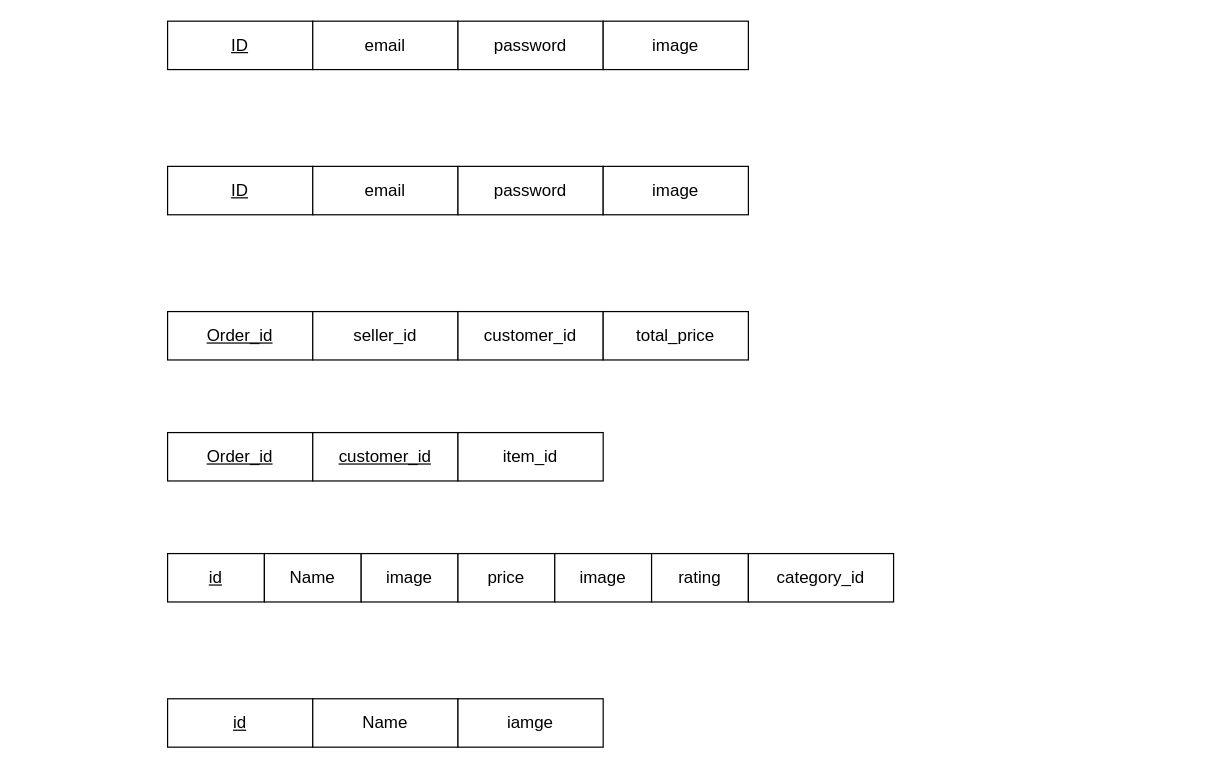
Before: Diagrams/Mapping.drawio in DiaaAhmedHassan/aswak, a draw.io diagram. Source tidied: cells renumbered, new cells numbered last; positions are measured from the earlier drawing's top-left corner, leaving out a move shared by most shapes. Both pictures are drawn from the tidied source at 121%, with x=0, y=0 at pixel (167, 21).
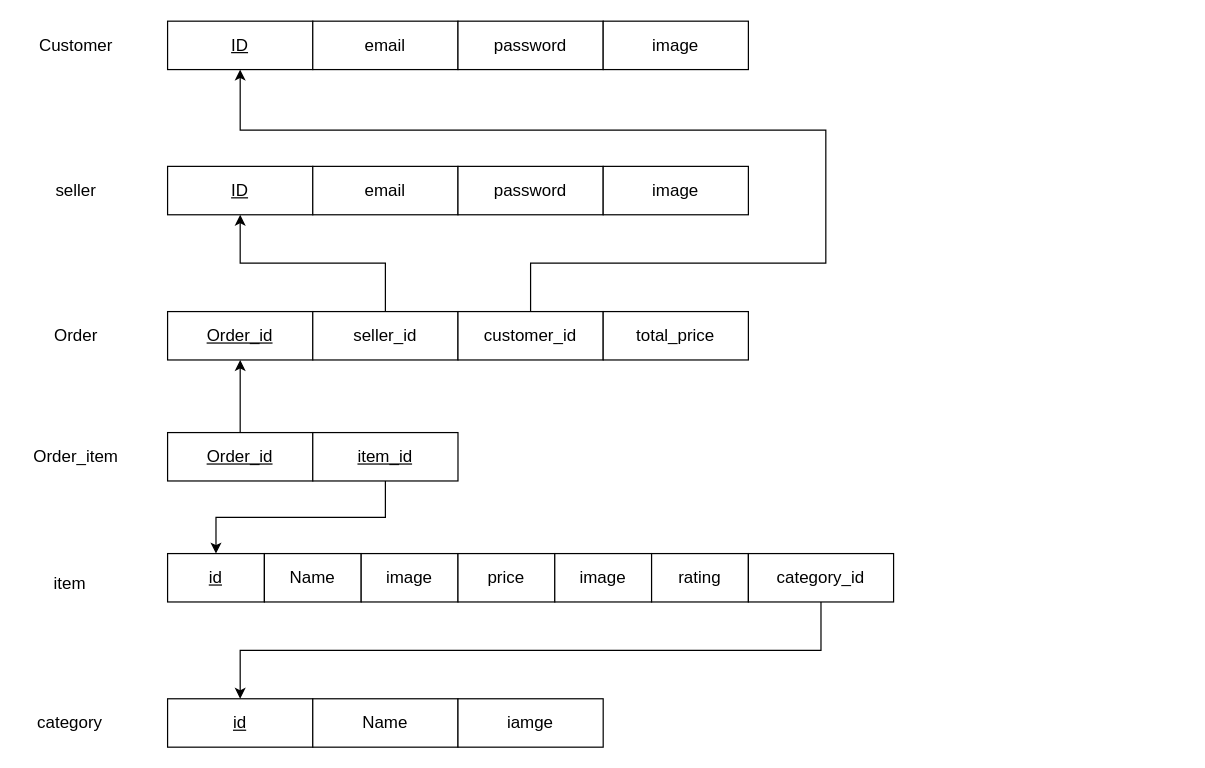
The same page after the edit.

The change refers to these unchanged cells:
```xml
<mxCell id="3" value="&lt;font style=&quot;font-size: 14px;&quot;&gt;&lt;u&gt;ID&lt;/u&gt;&lt;/font&gt;" style="rounded=0;whiteSpace=wrap;html=1;fontFamily=Helvetica;fontSize=11;fontColor=default;" parent="2" vertex="1">
  <mxGeometry width="120" height="40" as="geometry" />
</mxCell>
<mxCell id="8" value="&lt;font style=&quot;font-size: 14px;&quot;&gt;&lt;u&gt;ID&lt;/u&gt;&lt;/font&gt;" style="rounded=0;whiteSpace=wrap;html=1;fontFamily=Helvetica;fontSize=11;fontColor=default;" parent="7" vertex="1">
  <mxGeometry width="120" height="40" as="geometry" />
</mxCell>
<mxCell id="13" value="&lt;font style=&quot;font-size: 14px;&quot;&gt;&lt;u&gt;Order_id&lt;/u&gt;&lt;/font&gt;" style="rounded=0;whiteSpace=wrap;html=1;fontFamily=Helvetica;fontSize=11;fontColor=default;" parent="12" vertex="1">
  <mxGeometry width="120" height="40" as="geometry" />
</mxCell>
<mxCell id="14" value="&lt;span style=&quot;font-size: 14px;&quot;&gt;seller_id&lt;/span&gt;" style="rounded=0;whiteSpace=wrap;html=1;fontFamily=Helvetica;fontSize=11;fontColor=default;" parent="12" vertex="1">
  <mxGeometry x="120" width="120" height="40" as="geometry" />
</mxCell>
<mxCell id="15" value="&lt;font style=&quot;font-size: 14px;&quot;&gt;customer_id&lt;/font&gt;" style="rounded=0;whiteSpace=wrap;html=1;fontFamily=Helvetica;fontSize=11;fontColor=default;" parent="12" vertex="1">
  <mxGeometry x="240" width="120" height="40" as="geometry" />
</mxCell>
<mxCell id="18" value="&lt;font style=&quot;font-size: 14px;&quot;&gt;&lt;u&gt;id&lt;/u&gt;&lt;/font&gt;" style="rounded=0;whiteSpace=wrap;html=1;fontFamily=Helvetica;fontSize=11;fontColor=default;" parent="17" vertex="1">
  <mxGeometry width="120" height="40" as="geometry" />
</mxCell>
<mxCell id="24" value="&lt;font style=&quot;font-size: 14px;&quot;&gt;&lt;u&gt;id&lt;/u&gt;&lt;/font&gt;" style="rounded=0;whiteSpace=wrap;html=1;fontFamily=Helvetica;fontSize=11;fontColor=default;" parent="23" vertex="1">
  <mxGeometry width="80" height="40" as="geometry" />
</mxCell>
<mxCell id="30" value="&lt;span style=&quot;font-size: 14px;&quot;&gt;category_id&lt;/span&gt;" style="rounded=0;whiteSpace=wrap;html=1;fontFamily=Helvetica;fontSize=11;fontColor=default;" parent="22" vertex="1">
  <mxGeometry x="480" y="80" width="120" height="40" as="geometry" />
</mxCell>
<mxCell id="31" value="&lt;font style=&quot;font-size: 14px;&quot;&gt;&lt;u&gt;Order_id&lt;/u&gt;&lt;/font&gt;" style="rounded=0;whiteSpace=wrap;html=1;fontFamily=Helvetica;fontSize=11;fontColor=default;" parent="1" vertex="1">
  <mxGeometry y="340" width="120" height="40" as="geometry" />
</mxCell>
```

The edit, as a diff of the source:
```diff
@@
+    <mxCell id="34" style="edgeStyle=orthogonalEdgeStyle;rounded=0;jettySize=auto;html=1;exitX=0.5;exitY=0;exitDx=0;exitDy=0;entryX=0.5;entryY=1;entryDx=0;entryDy=0;" parent="1" edge="1" source="31" target="13">
+      <mxGeometry relative="1" as="geometry" />
+    </mxCell>
@@
-    <mxCell id="32" value="&lt;span style=&quot;font-size: 14px;&quot;&gt;&lt;u&gt;customer_id&lt;/u&gt;&lt;/span&gt;" style="rounded=0;whiteSpace=wrap;html=1;fontFamily=Helvetica;fontSize=11;fontColor=default;" parent="1" vertex="1">
-      <mxGeometry x="120" y="340" width="120" height="40" as="geometry" />
-    </mxCell>
+    <mxCell id="35" style="edgeStyle=orthogonalEdgeStyle;rounded=0;jettySize=auto;html=1;exitX=0.5;exitY=1;exitDx=0;exitDy=0;entryX=0.5;entryY=0;entryDx=0;entryDy=0;" parent="1" edge="1" source="33" target="24">
+      <mxGeometry relative="1" as="geometry" />
+    </mxCell>
-    <mxCell id="33" value="&lt;font style=&quot;font-size: 14px;&quot;&gt;item_id&lt;/font&gt;" style="rounded=0;whiteSpace=wrap;html=1;fontFamily=Helvetica;fontSize=11;fontColor=default;" parent="1" vertex="1">
-      <mxGeometry x="240" y="340" width="120" height="40" as="geometry" />
+    <mxCell id="33" value="&lt;font style=&quot;font-size: 14px;&quot;&gt;&lt;u&gt;item_id&lt;/u&gt;&lt;/font&gt;" style="rounded=0;whiteSpace=wrap;html=1;fontFamily=Helvetica;fontSize=11;fontColor=default;" parent="1" vertex="1">
+      <mxGeometry x="120" y="340" width="120" height="40" as="geometry" />
     </mxCell>
+    <mxCell id="36" value="&lt;font style=&quot;font-size: 14px;&quot;&gt;Customer&lt;/font&gt;" style="text;html=1;align=center;verticalAlign=middle;strokeColor=none;fillColor=none;" parent="1" vertex="1">
+      <mxGeometry x="-116" y="5" width="80" height="30" as="geometry" />
+    </mxCell>
+    <mxCell id="37" value="&lt;font style=&quot;font-size: 14px;&quot;&gt;seller&lt;/font&gt;" style="text;html=1;align=center;verticalAlign=middle;strokeColor=none;fillColor=none;" parent="1" vertex="1">
+      <mxGeometry x="-106" y="125" width="60" height="30" as="geometry" />
+    </mxCell>
+    <mxCell id="38" value="&lt;font style=&quot;font-size: 14px;&quot;&gt;Order&lt;/font&gt;" style="text;html=1;align=center;verticalAlign=middle;strokeColor=none;fillColor=none;" parent="1" vertex="1">
+      <mxGeometry x="-106" y="245" width="60" height="30" as="geometry" />
+    </mxCell>
+    <mxCell id="39" value="&lt;font style=&quot;font-size: 14px;&quot;&gt;Order_item&lt;/font&gt;" style="text;html=1;align=center;verticalAlign=middle;strokeColor=none;fillColor=none;" parent="1" vertex="1">
+      <mxGeometry x="-121" y="345" width="90" height="30" as="geometry" />
+    </mxCell>
+    <mxCell id="40" value="&lt;font style=&quot;font-size: 14px;&quot;&gt;item&lt;/font&gt;" style="text;html=1;align=center;verticalAlign=middle;strokeColor=none;fillColor=none;" parent="1" vertex="1">
+      <mxGeometry x="-106" y="450" width="50" height="30" as="geometry" />
+    </mxCell>
+    <mxCell id="41" value="&lt;font style=&quot;font-size: 14px;&quot;&gt;category&lt;/font&gt;" style="text;html=1;align=center;verticalAlign=middle;strokeColor=none;fillColor=none;" parent="1" vertex="1">
+      <mxGeometry x="-121" y="565" width="80" height="30" as="geometry" />
+    </mxCell>
+    <mxCell id="42" style="edgeStyle=orthogonalEdgeStyle;rounded=0;jettySize=auto;html=1;exitX=0.5;exitY=0;exitDx=0;exitDy=0;entryX=0.5;entryY=1;entryDx=0;entryDy=0;" parent="1" edge="1" source="14" target="8">
+      <mxGeometry relative="1" as="geometry" />
+    </mxCell>
+    <mxCell id="43" style="edgeStyle=orthogonalEdgeStyle;rounded=0;jettySize=auto;html=1;exitX=0.5;exitY=0;exitDx=0;exitDy=0;entryX=0.5;entryY=1;entryDx=0;entryDy=0;" parent="1" edge="1" source="15" target="3">
+      <mxGeometry relative="1" as="geometry">
+        <Array as="points">
+          <mxPoint x="300" y="200" />
+          <mxPoint x="544" y="200" />
+          <mxPoint x="544" y="90" />
+          <mxPoint x="60" y="90" />
+        </Array>
+      </mxGeometry>
+    </mxCell>
+    <mxCell id="44" style="edgeStyle=orthogonalEdgeStyle;rounded=0;jettySize=auto;html=1;exitX=0.5;exitY=1;exitDx=0;exitDy=0;entryX=0.5;entryY=0;entryDx=0;entryDy=0;" parent="1" edge="1" source="30" target="18">
+      <mxGeometry relative="1" as="geometry" />
+    </mxCell>
```
